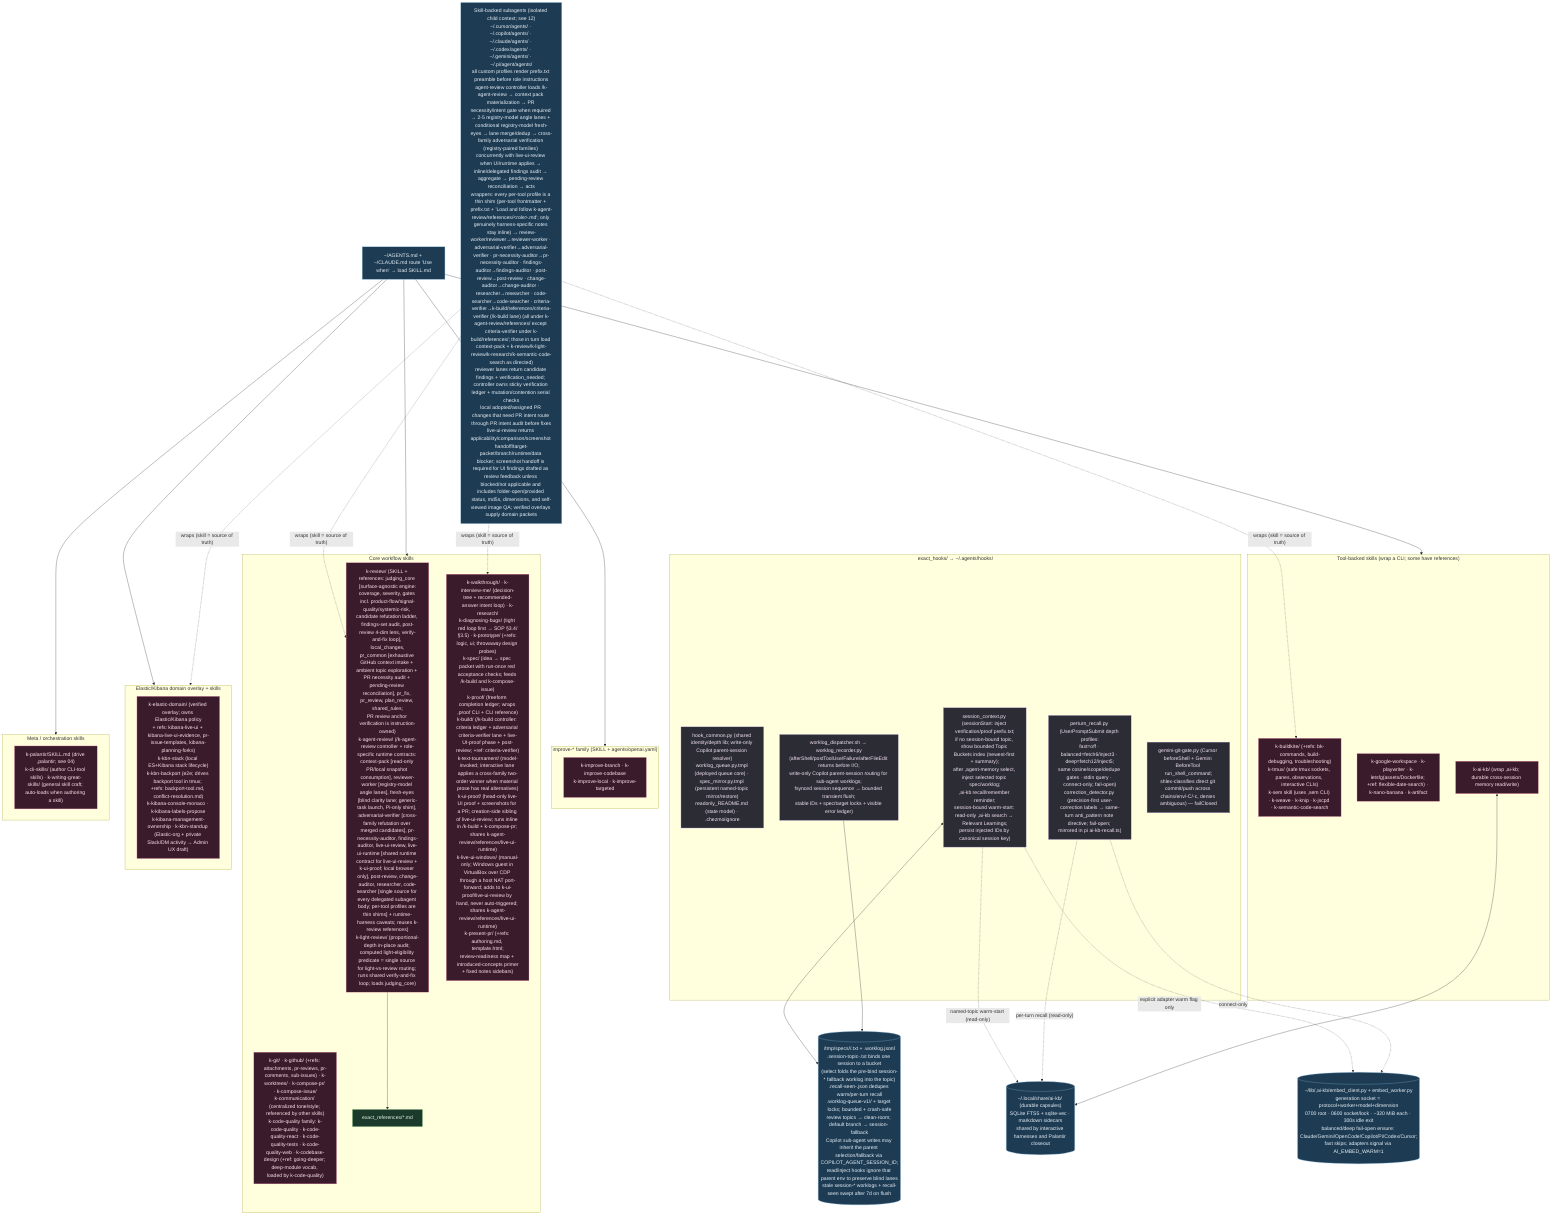
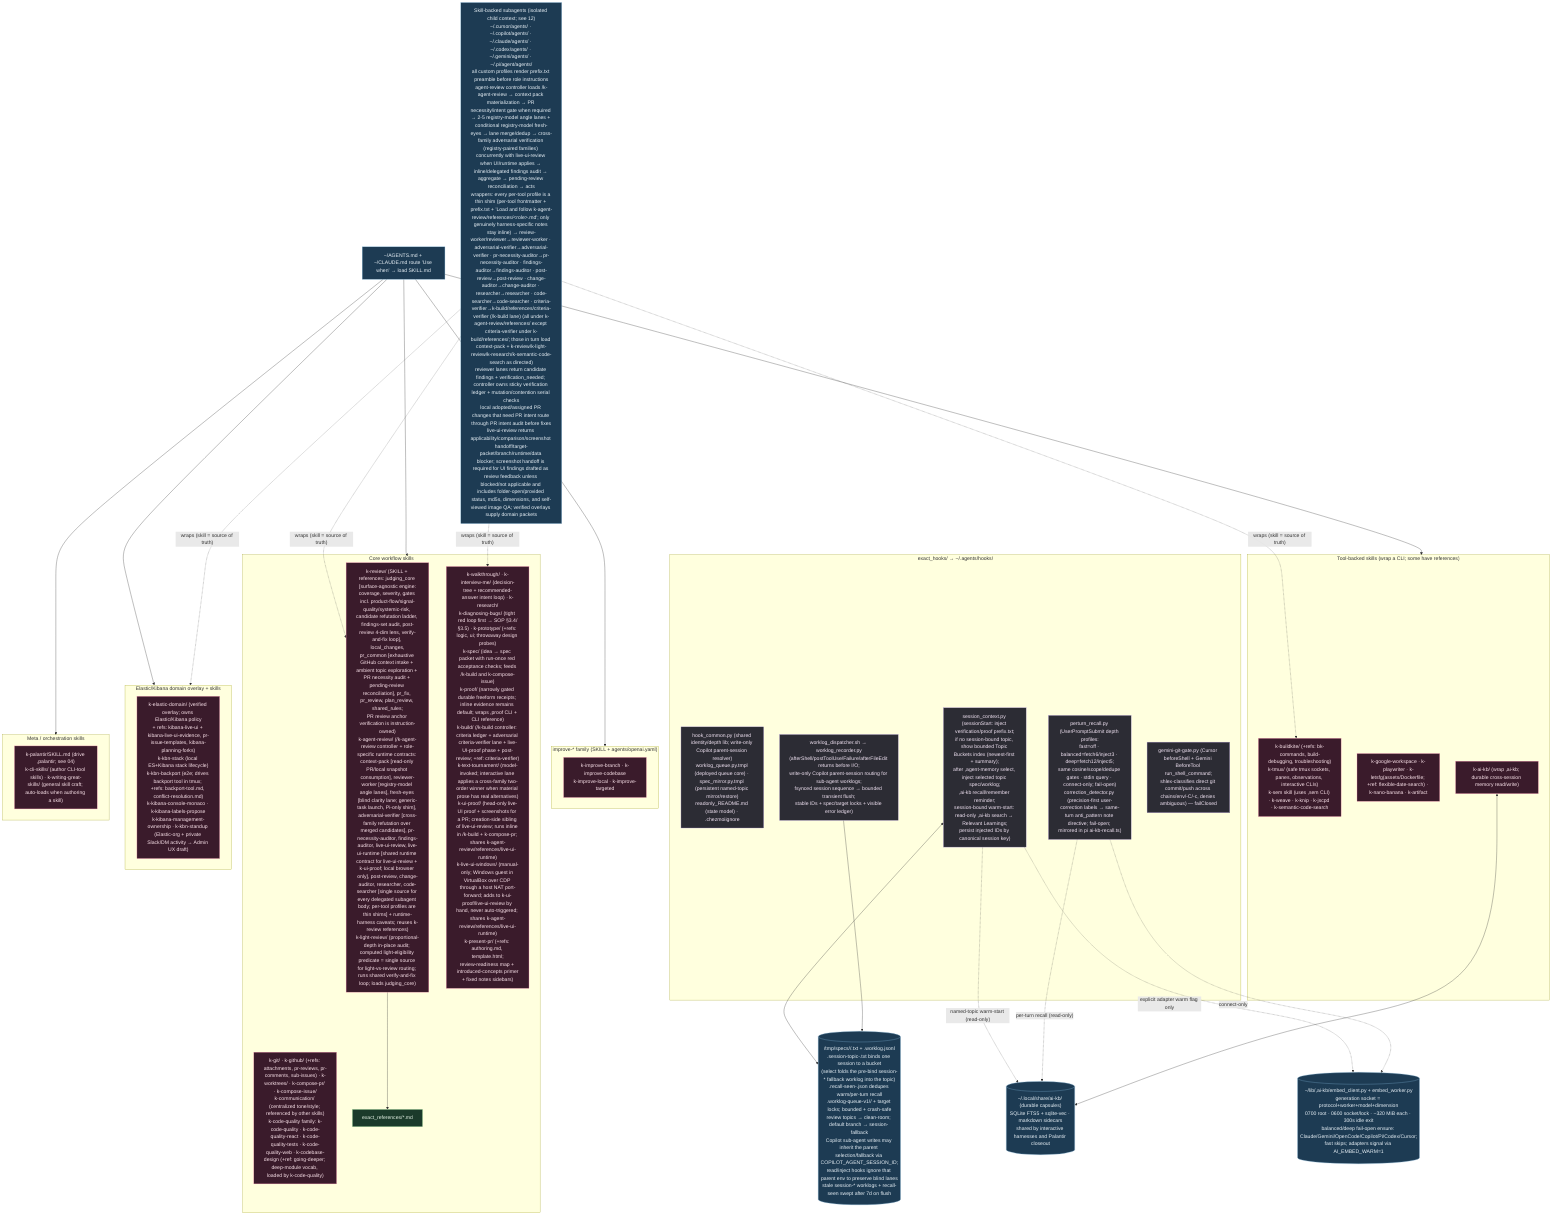
%% ============================================================================
%% 03b-agent-skills-hooks.mmd — Every file under home/exact_dot_agents/ (111).
%% Skills → ~/.agents/skills/ (intent-routed SKILL.md). Shared hooks → ~/.agents/hooks/.
%% ============================================================================
flowchart TB
    classDef skill fill:#3a1b2b,stroke:#f48fb1,color:#fce4ec;
    classDef hook fill:#2c2c34,stroke:#b39ddb,color:#f3e5f5;
    classDef ref fill:#1b3a2b,stroke:#81c784,color:#e8f5e9;
    classDef data fill:#1d3b53,stroke:#7fb3d5,color:#eaf2f8;

    subgraph HOOKS["exact_hooks/ → ~/.agents/hooks/"]
        HC["hook_common.py (shared identity/depth lib; write-only Copilot parent-session resolver)<br/>worklog_queue.py.tmpl (deployed queue core) · spec_mirror.py.tmpl (persistent named-topic mirror/restore)<br/>readonly_README.md (state model) · .chezmoiignore"]:::hook
        SCx["session_context.py (sessionStart: inject verification/proof prefix.txt;<br/>if no session-bound topic, show bounded Topic Buckets index (newest-first + summary);<br/>after ,agent-memory select, inject selected topic spec/worklog;<br/>,ai-kb recall/remember reminder;<br/>session-bound warm-start: read-only ,ai-kb search → Relevant Learnings;<br/>persist injected IDs by canonical session key)"]:::hook
        PRx["perturn_recall.py (UserPromptSubmit depth profiles:<br/>fast=off · balanced=fetch6/inject3 · deep=fetch12/inject5;<br/>same cosine/scope/dedupe gates · stdin query · connect-only; fail-open)<br/>correction_detector.py (precision-first user-correction labels → same-turn anti_pattern note directive; fail-open; mirrored in pi ai-kb-recall.ts)"]:::hook
        WLx["worklog_dispatcher.sh → worklog_recorder.py<br/>(afterShell/postToolUse/Failure/afterFileEdit returns before I/O;<br/>write-only Copilot parent-session routing for sub-agent worklogs;<br/>fsynced session sequence → bounded transient flush;<br/>stable IDs + spec/target locks + visible error ledger)"]:::hook
        GG["gemini-git-gate.py (Cursor beforeShell + Gemini BeforeTool run_shell_command;<br/>shlex-classifies direct git commit/push across chains/env/-C/-c, denies ambiguous) — failClosed"]:::hook
    end

    MEM[("/tmp/specs/<pwd>/<topic>.txt + .worklog.jsonl<br/>.session-topic-<id>.txt binds one session to a bucket<br/>(select folds the pre-bind session-* fallback worklog into the topic)<br/>.recall-seen-<session-key>.json dedupes warm/per-turn recall<br/>.worklog-queue-v1/<session>/ + target locks; bounded + crash-safe<br/>review topics → clean-room; default branch → session-<id> fallback<br/>Copilot sub-agent writes may inherit the parent selection/fallback via COPILOT_AGENT_SESSION_ID;<br/>read/inject hooks ignore that parent env to preserve blind lanes<br/>stale session-* worklogs + recall-seen swept after 7d on flush")]:::data
    SCx <--> MEM
    WLx --> MEM

    KBDB[("~/.local/share/ai-kb/ (durable capsules)<br/>SQLite FTS5 + sqlite-vec · markdown sidecars<br/>shared by interactive harnesses and Palantir closeout")]:::data
    RESIDENT[("~/lib/,ai-kb/embed_client.py + embed_worker.py<br/>generation socket = protocol+worker+model+dimension<br/>0700 root · 0600 socket/lock · ~320 MiB each · 300s idle exit<br/>balanced/deep fail-open ensure: Claude/Gemini/OpenCode/Copilot/Pi/Codex/Cursor;<br/>fast skips; adapters signal via AI_EMBED_WARM=1")]:::data
    SCx -. "named-topic warm-start (read-only)" .-> KBDB
    PRx -. "per-turn recall (read-only)" .-> KBDB
    SCx -. "explicit adapter warm flag only" .-> RESIDENT
    PRx -. "connect-only" .-> RESIDENT

    subgraph CORE["Core workflow skills"]
        S1["k-review/ (SKILL + references: judging_core [surface-agnostic engine:<br/>coverage, severity, gates incl. product-flow/signal-quality/systemic-risk, candidate refutation ladder, findings-set audit, post-review 4-dim lens, verify-and-fix loop], local_changes,<br/>pr_common [exhaustive GitHub context intake + ambient topic exploration + PR necessity audit + pending-review reconciliation], pr_fix, pr_review, plan_review, shared_rules;<br/>PR review anchor verification is instruction-owned)<br/>k-agent-review/ (/k-agent-review controller + role-specific runtime contracts: context-pack [read-only PR/local snapshot consumption], reviewer-worker [registry-model angle lanes], fresh-eyes [blind clarity lane; generic-task launch, Pi-only shim], adversarial-verifier [cross-family refutation over merged candidates], pr-necessity-auditor, findings-auditor, live-ui-review, live-ui-runtime [shared runtime contract for live-ui-review + k-ui-proof; local browser only], post-review, change-auditor, researcher, code-searcher [single source for every delegated subagent body; per-tool profiles are thin shims] + runtime-harness caveats; reuses k-review references)<br/>k-light-review/ (proportional-depth in-place audit; computed light-eligibility predicate = single source for light-vs-review routing; runs shared verify-and-fix loop; loads judging_core)"]:::skill
        S2["k-git/ · k-github/ (+refs: attachments, pr-reviews, pr-comments, sub-issues) · k-worktrees/ · k-compose-pr/ · k-compose-issue/<br/>k-communication/ (centralized tone/style; referenced by other skills)<br/>k-code-quality family: k-code-quality · k-code-quality-react · k-code-quality-tests · k-code-quality-web · k-codebase-design (+ref: going-deeper; deep-module vocab, loaded by k-code-quality)"]:::skill
-         S3["k-walkthrough/ · k-interview-me/ (decision-tree + recommended-answer intent loop) · k-research/<br/>k-diagnosing-bugs/ (tight red loop first → SOP §3.4/§3.5) · k-prototype/ (+refs: logic, ui; throwaway design probes)<br/>k-spec/ (idea → spec packet with run-once red acceptance checks; feeds /k-build and k-compose-issue)<br/>k-proof/ (freeform completion ledger; wraps ,proof CLI + CLI reference)<br/>k-build/ (/k-build controller: criteria ledger + adversarial criteria-verifier lane + live-UI-proof phase + post-review; +ref: criteria-verifier)<br/>k-text-tournament/ (model-invoked; interactive lane applies a cross-family two-order winner when material prose has real alternatives)<br/>k-ui-proof/ (head-only live-UI proof + screenshots for a PR; creation-side sibling of live-ui-review; runs inline in /k-build + k-compose-pr; shares k-agent-review/references/live-ui-runtime)<br/>k-live-ui-windows/ (manual-only; Windows guest in VirtualBox over CDP through a host NAT port-forward; adds to k-ui-proof/live-ui-review by hand, never auto-triggered; shares k-agent-review/references/live-ui-runtime)<br/>k-present-pr/ (+refs: authoring.md, template.html;<br/>review-readiness map + introduced-concepts primer<br/>+ fixed notes sidebars)"]:::skill
+         S3["k-walkthrough/ · k-interview-me/ (decision-tree + recommended-answer intent loop) · k-research/<br/>k-diagnosing-bugs/ (tight red loop first → SOP §3.4/§3.5) · k-prototype/ (+refs: logic, ui; throwaway design probes)<br/>k-spec/ (idea → spec packet with run-once red acceptance checks; feeds /k-build and k-compose-issue)<br/>k-proof/ (narrowly gated durable freeform receipts; inline evidence remains default; wraps ,proof CLI + CLI reference)<br/>k-build/ (/k-build controller: criteria ledger + adversarial criteria-verifier lane + live-UI-proof phase + post-review; +ref: criteria-verifier)<br/>k-text-tournament/ (model-invoked; interactive lane applies a cross-family two-order winner when material prose has real alternatives)<br/>k-ui-proof/ (head-only live-UI proof + screenshots for a PR; creation-side sibling of live-ui-review; runs inline in /k-build + k-compose-pr; shares k-agent-review/references/live-ui-runtime)<br/>k-live-ui-windows/ (manual-only; Windows guest in VirtualBox over CDP through a host NAT port-forward; adds to k-ui-proof/live-ui-review by hand, never auto-triggered; shares k-agent-review/references/live-ui-runtime)<br/>k-present-pr/ (+refs: authoring.md, template.html;<br/>review-readiness map + introduced-concepts primer<br/>+ fixed notes sidebars)"]:::skill
        S1 --> R1["exact_references/*.md"]:::ref
    end

    subgraph IMPROVE["improve-* family (SKILL + agents/openai.yaml)"]
        S4["k-improve-branch · k-improve-codebase<br/>k-improve-local · k-improve-targeted"]:::skill
    end

    subgraph TOOLS["Tool-backed skills (wrap a CLI; some have references)"]
        S5["k-buildkite/ (+refs: bk-commands, build-debugging, troubleshooting)<br/>k-tmux/ (safe tmux sockets, panes, observations, interactive CLIs)<br/>k-sem skill (uses ,sem CLI) · k-weave · k-knip · k-jscpd · k-semantic-code-search"]:::skill
        S6["k-google-workspace · k-playwriter · k-letsfg(assets/Dockerfile; +ref: flexible-date-search) · k-nano-banana · k-artifact"]:::skill
        S7["k-ai-kb/ (wrap ,ai-kb; durable cross-session memory read/write)"]:::skill
    end

    subgraph KBN["Elastic/Kibana domain overlay + skills"]
        S8["k-elastic-domain/ (verified overlay; owns Elastic/Kibana policy<br/>+ refs: kibana-live-ui + kibana-live-ui-evidence, pr-issue-templates, kibana-planning-forks)<br/>k-kbn-stack (local ES+Kibana stack lifecycle)<br/>k-kbn-backport (e2e; drives backport tool in tmux; +refs: backport-tool.md, conflict-resolution.md)<br/>k-kibana-console-monaco · k-kibana-labels-propose<br/>k-kibana-management-ownership · k-kbn-standup (Elastic-org + private Slack/DM activity → Admin UX draft)"]:::skill
    end

    subgraph META["Meta / orchestration skills"]
        S9["k-palantir/SKILL.md (drive ,palantir; see 04)<br/>k-cli-skills/ (author CLI-tool skills) · k-writing-great-skills/ (general skill craft; auto-loads when authoring a skill)"]:::skill
    end

    SOPS["~/AGENTS.md + ~/CLAUDE.md route 'Use when' → load SKILL.md"]:::data
    SOPS --> CORE & IMPROVE & TOOLS & KBN & META
    S7 <--> KBDB

    SUBA["Skill-backed subagents (isolated child context; see 12)<br/>~/.cursor/agents/ · ~/.copilot/agents/ · ~/.claude/agents/ · ~/.codex/agents/ · ~/.gemini/agents/ · ~/.pi/agent/agents/<br/>all custom profiles render prefix.txt preamble before role instructions<br/>agent-review controller loads /k-agent-review → context pack materialization → PR necessity/intent gate when required → 2-5 registry-model angle lanes + conditional registry-model fresh-eyes → lane merge/dedup → cross-family adversarial verification (registry-paired families) concurrently with live-ui-review when UI/runtime applies → inline/delegated findings audit → aggregate → pending-review reconciliation → acts<br/>wrappers: every per-tool profile is a thin shim (per-tool frontmatter + prefix.txt + 'Load and follow k-agent-review/references/&lt;role&gt;.md'; only genuinely harness-specific notes stay inline) → review-worker/reviewer→reviewer-worker · adversarial-verifier→adversarial-verifier · pr-necessity-auditor→pr-necessity-auditor · findings-auditor→findings-auditor · post-review→post-review · change-auditor→change-auditor · researcher→researcher · code-searcher→code-searcher · criteria-verifier→k-build/references/criteria-verifier (/k-build lane) (all under k-agent-review/references/ except criteria-verifier under k-build/references/; those in turn load context-pack + k-review/k-light-review/k-research/k-semantic-code-search as directed)<br/>reviewer lanes return candidate findings + verification_needed; controller owns sticky verification ledger + mutation/contention serial checks<br/>local adopted/assigned PR changes that need PR intent route through PR intent audit before fixes<br/>live-ui-review returns applicability/comparison/screenshot handoff/target-packet/branch/runtime/data blocker; screenshot handoff is required for UI findings drafted as review feedback unless blocked/not applicable and includes folder-open/provided status, md5s, dimensions, and self-viewed image QA; verified overlays supply domain packets"]:::data
    SUBA -.->|"wraps (skill = source of truth)"| S1 & S3 & S5 & KBN
